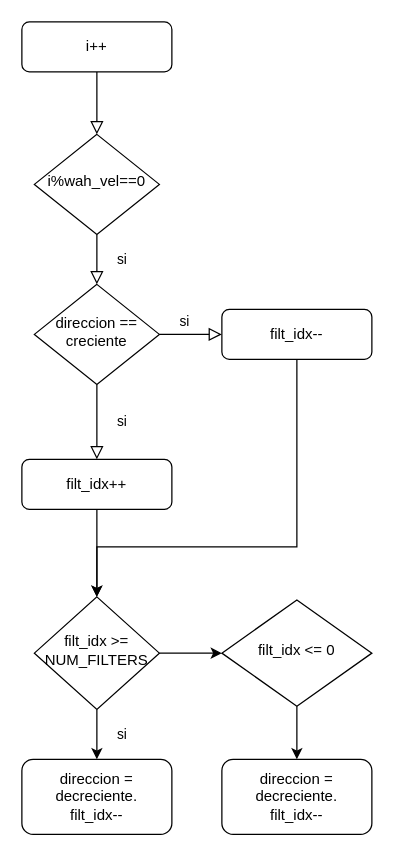
Earlier version of the draw.io diagram Untitled Diagram.drawio (jrosmirez94/Pedal-Multiefecto). Source tidied: cells renumbered, new cells numbered last; positions are measured from the earlier drawing's top-left corner, leaving out a move shared by most shapes. Both pictures are drawn from the tidied source at 125%, with x=0, y=0 at pixel (21, 21).
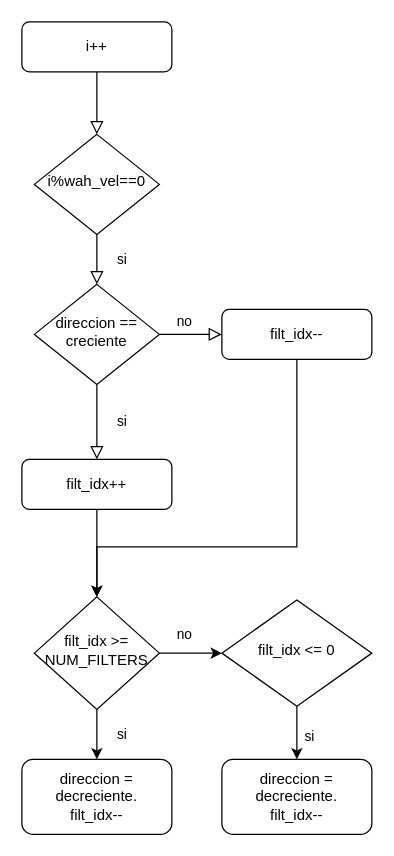
The same diagram, later.

Commit message:
diagrama wah wah.drawio

The change refers to these unchanged cells:
```xml
<mxCell id="8" value="direccion == creciente" style="rhombus;whiteSpace=wrap;html=1;shadow=0;fontFamily=Helvetica;fontSize=12;align=center;strokeWidth=1;spacing=6;spacingTop=-4;" parent="1" vertex="1">
  <mxGeometry x="10" y="210" width="100" height="80" as="geometry" />
</mxCell>
<mxCell id="10" value="filt_idx++" style="rounded=1;whiteSpace=wrap;html=1;fontSize=12;glass=0;strokeWidth=1;shadow=0;" parent="1" vertex="1">
  <mxGeometry y="350" width="120" height="40" as="geometry" />
</mxCell>
<mxCell id="16" value="filt_idx &amp;gt;= NUM_FILTERS" style="rhombus;whiteSpace=wrap;html=1;shadow=0;fontFamily=Helvetica;fontSize=12;align=center;strokeWidth=1;spacing=6;spacingTop=-4;" parent="1" vertex="1">
  <mxGeometry x="10" y="460" width="100" height="90" as="geometry" />
</mxCell>
<mxCell id="18" value="filt_idx &amp;lt;= 0" style="rhombus;whiteSpace=wrap;html=1;shadow=0;fontFamily=Helvetica;fontSize=12;align=center;strokeWidth=1;spacing=6;spacingTop=-4;" parent="1" vertex="1">
  <mxGeometry x="160" y="462.5" width="120" height="85" as="geometry" />
</mxCell>
<mxCell id="19" value="direccion = decreciente.&lt;br&gt;filt_idx--" style="whiteSpace=wrap;html=1;rounded=1;shadow=0;strokeWidth=1;glass=0;" parent="1" vertex="1">
  <mxGeometry x="160" y="590" width="120" height="60" as="geometry" />
</mxCell>
```

Diff of the diagram source:
```diff
@@
-    <mxCell id="6" value="si" style="rounded=0;html=1;jettySize=auto;fontSize=11;endArrow=block;endFill=0;endSize=8;strokeWidth=1;shadow=0;labelBackgroundColor=none;edgeStyle=orthogonalEdgeStyle;" parent="1" edge="1" source="8" target="10">
+    <mxCell id="6" value="no" style="rounded=0;html=1;jettySize=auto;fontSize=11;endArrow=block;endFill=0;endSize=8;strokeWidth=1;shadow=0;labelBackgroundColor=none;edgeStyle=orthogonalEdgeStyle;" parent="1" edge="1" source="8" target="10">
       <mxGeometry x="-1" y="86" relative="1" as="geometry">
         <mxPoint x="-16" y="-50" as="offset" />
       </mxGeometry>
     </mxCell>
@@
-    <mxCell id="14" style="edgeStyle=orthogonalEdgeStyle;rounded=0;jettySize=auto;html=1;entryX=0;entryY=0.5;entryDx=0;entryDy=0;" parent="1" edge="1" source="16" target="18">
-      <mxGeometry relative="1" as="geometry" />
+    <mxCell id="14" value="no" style="edgeStyle=orthogonalEdgeStyle;rounded=0;jettySize=auto;html=1;entryX=0;entryY=0.5;entryDx=0;entryDy=0;" parent="1" edge="1" source="16" target="18">
+      <mxGeometry x="-0.2" y="15" relative="1" as="geometry" />
     </mxCell>
@@
-    <mxCell id="17" style="edgeStyle=orthogonalEdgeStyle;rounded=0;jettySize=auto;html=1;entryX=0.5;entryY=0;entryDx=0;entryDy=0;" parent="1" edge="1" source="18" target="19">
-      <mxGeometry relative="1" as="geometry" />
+    <mxCell id="17" value="si" style="edgeStyle=orthogonalEdgeStyle;rounded=0;jettySize=auto;html=1;entryX=0.5;entryY=0;entryDx=0;entryDy=0;" parent="1" edge="1" source="18" target="19">
+      <mxGeometry x="0.06" y="10" relative="1" as="geometry">
+        <mxPoint y="1" as="offset" />
+      </mxGeometry>
     </mxCell>
```
